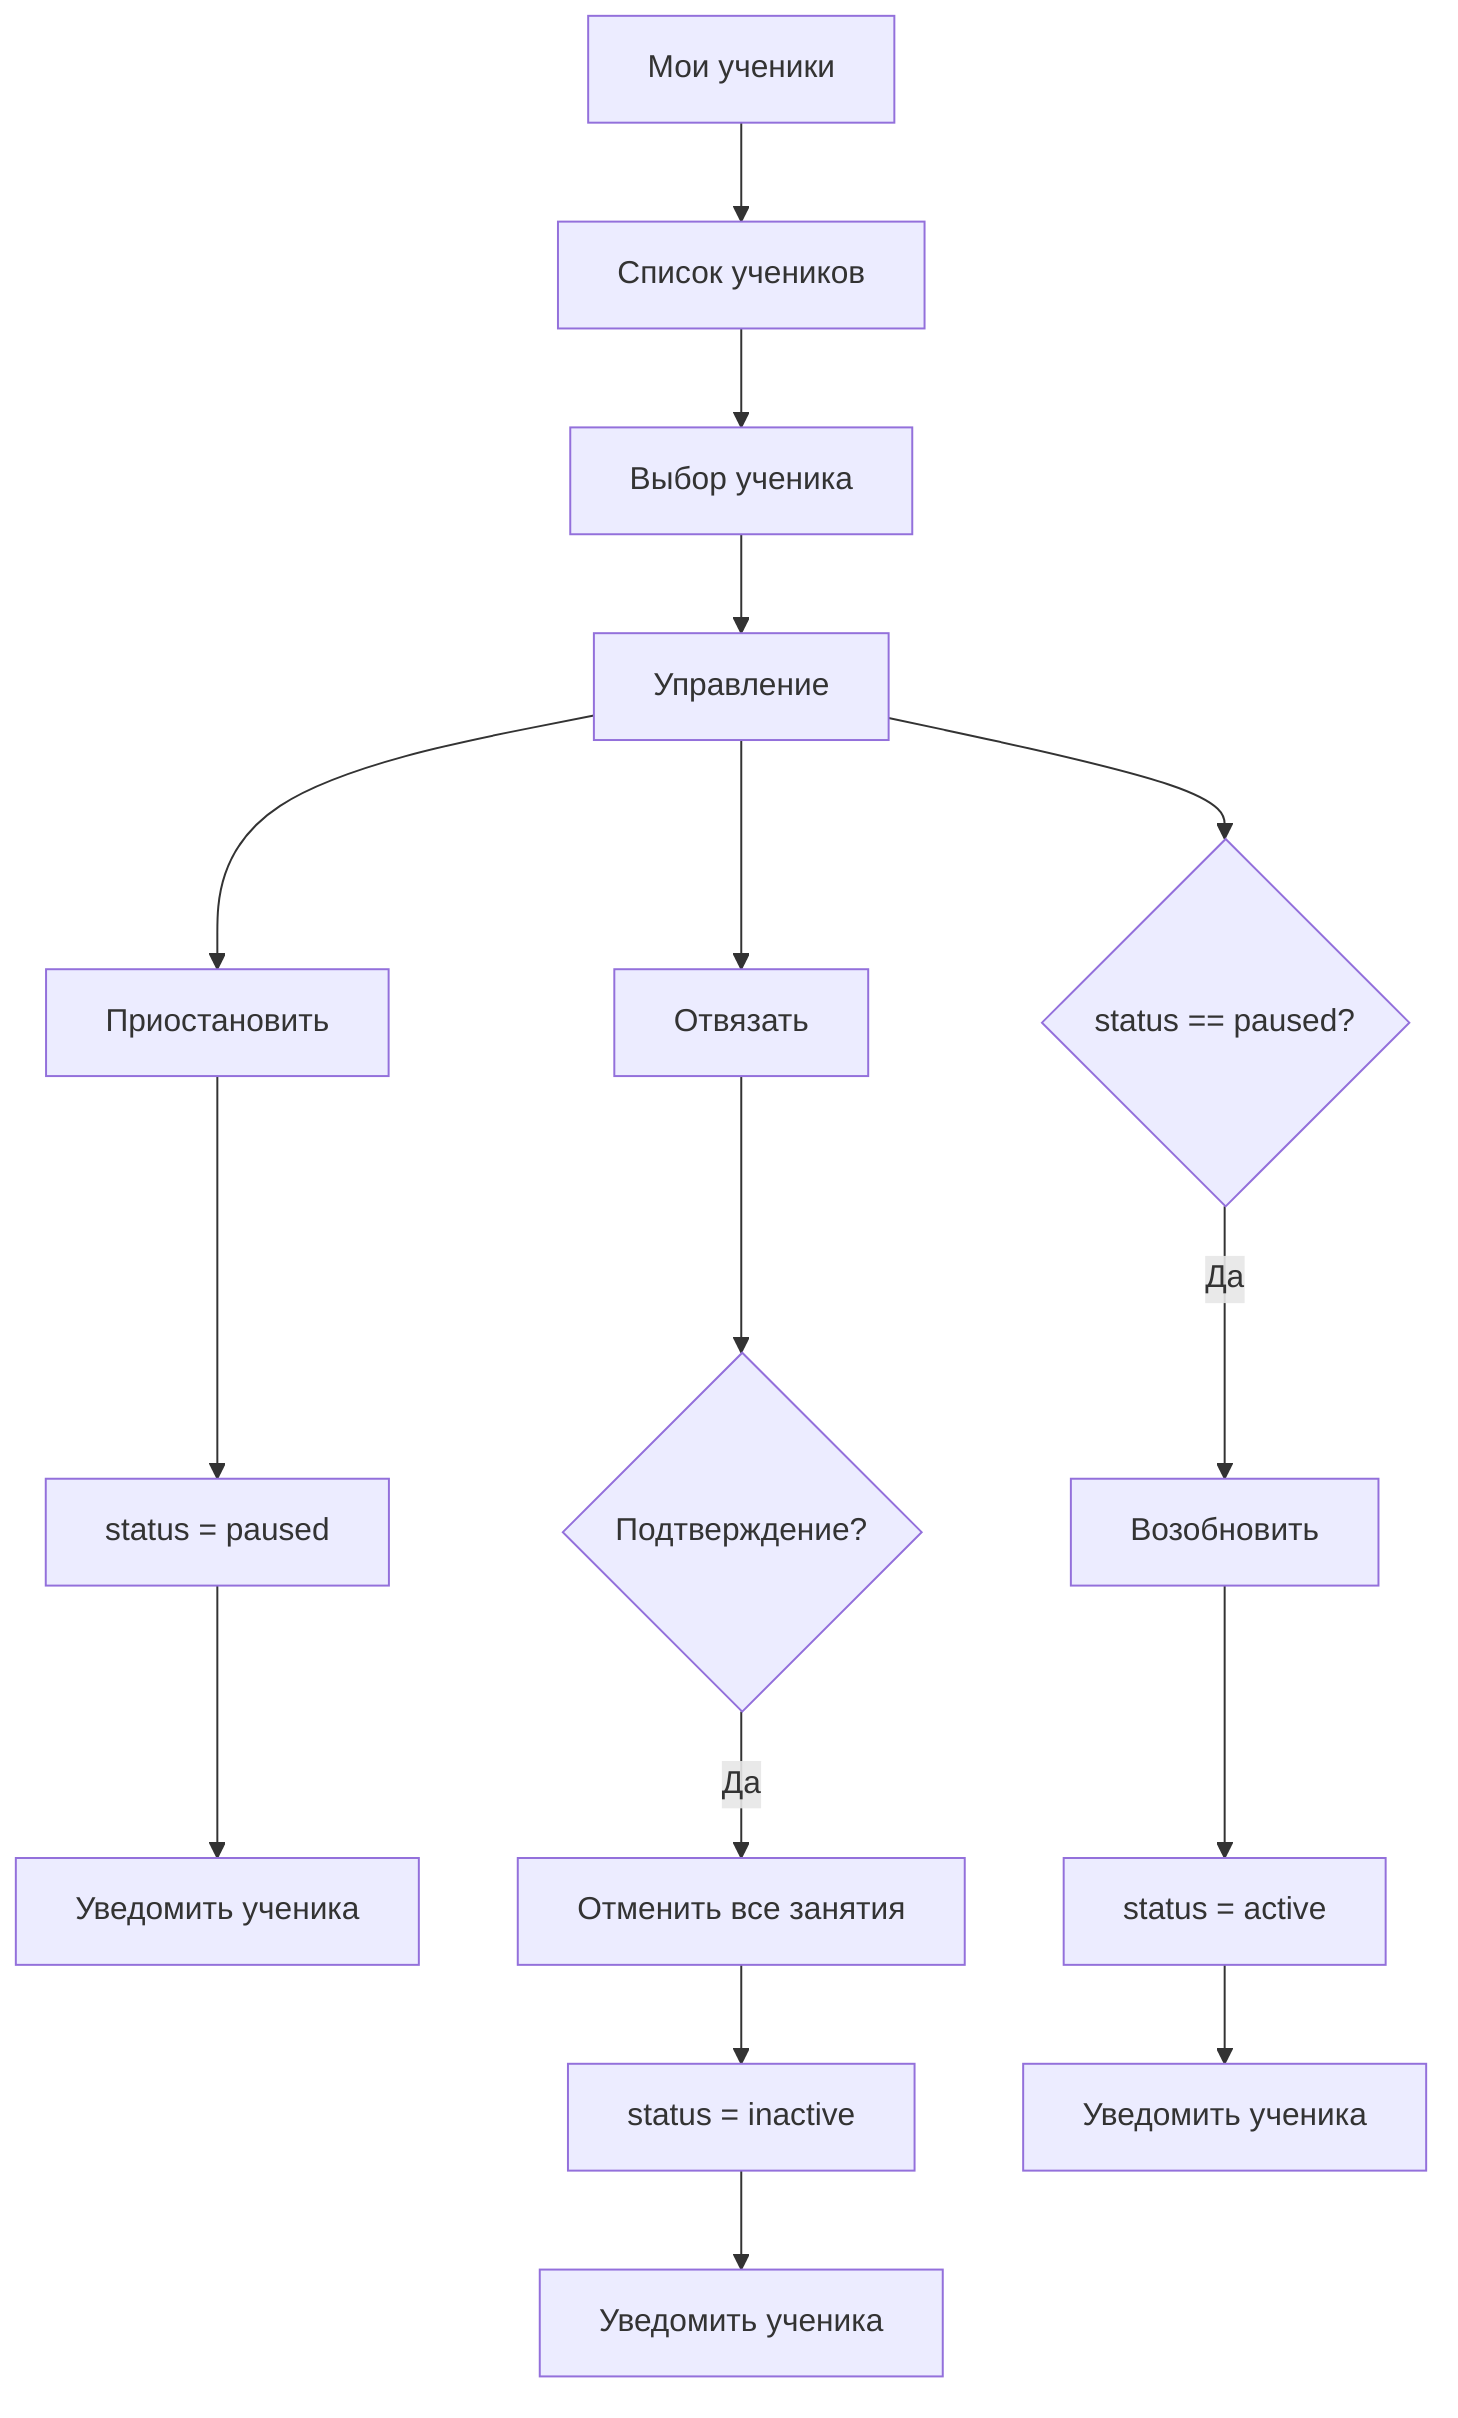
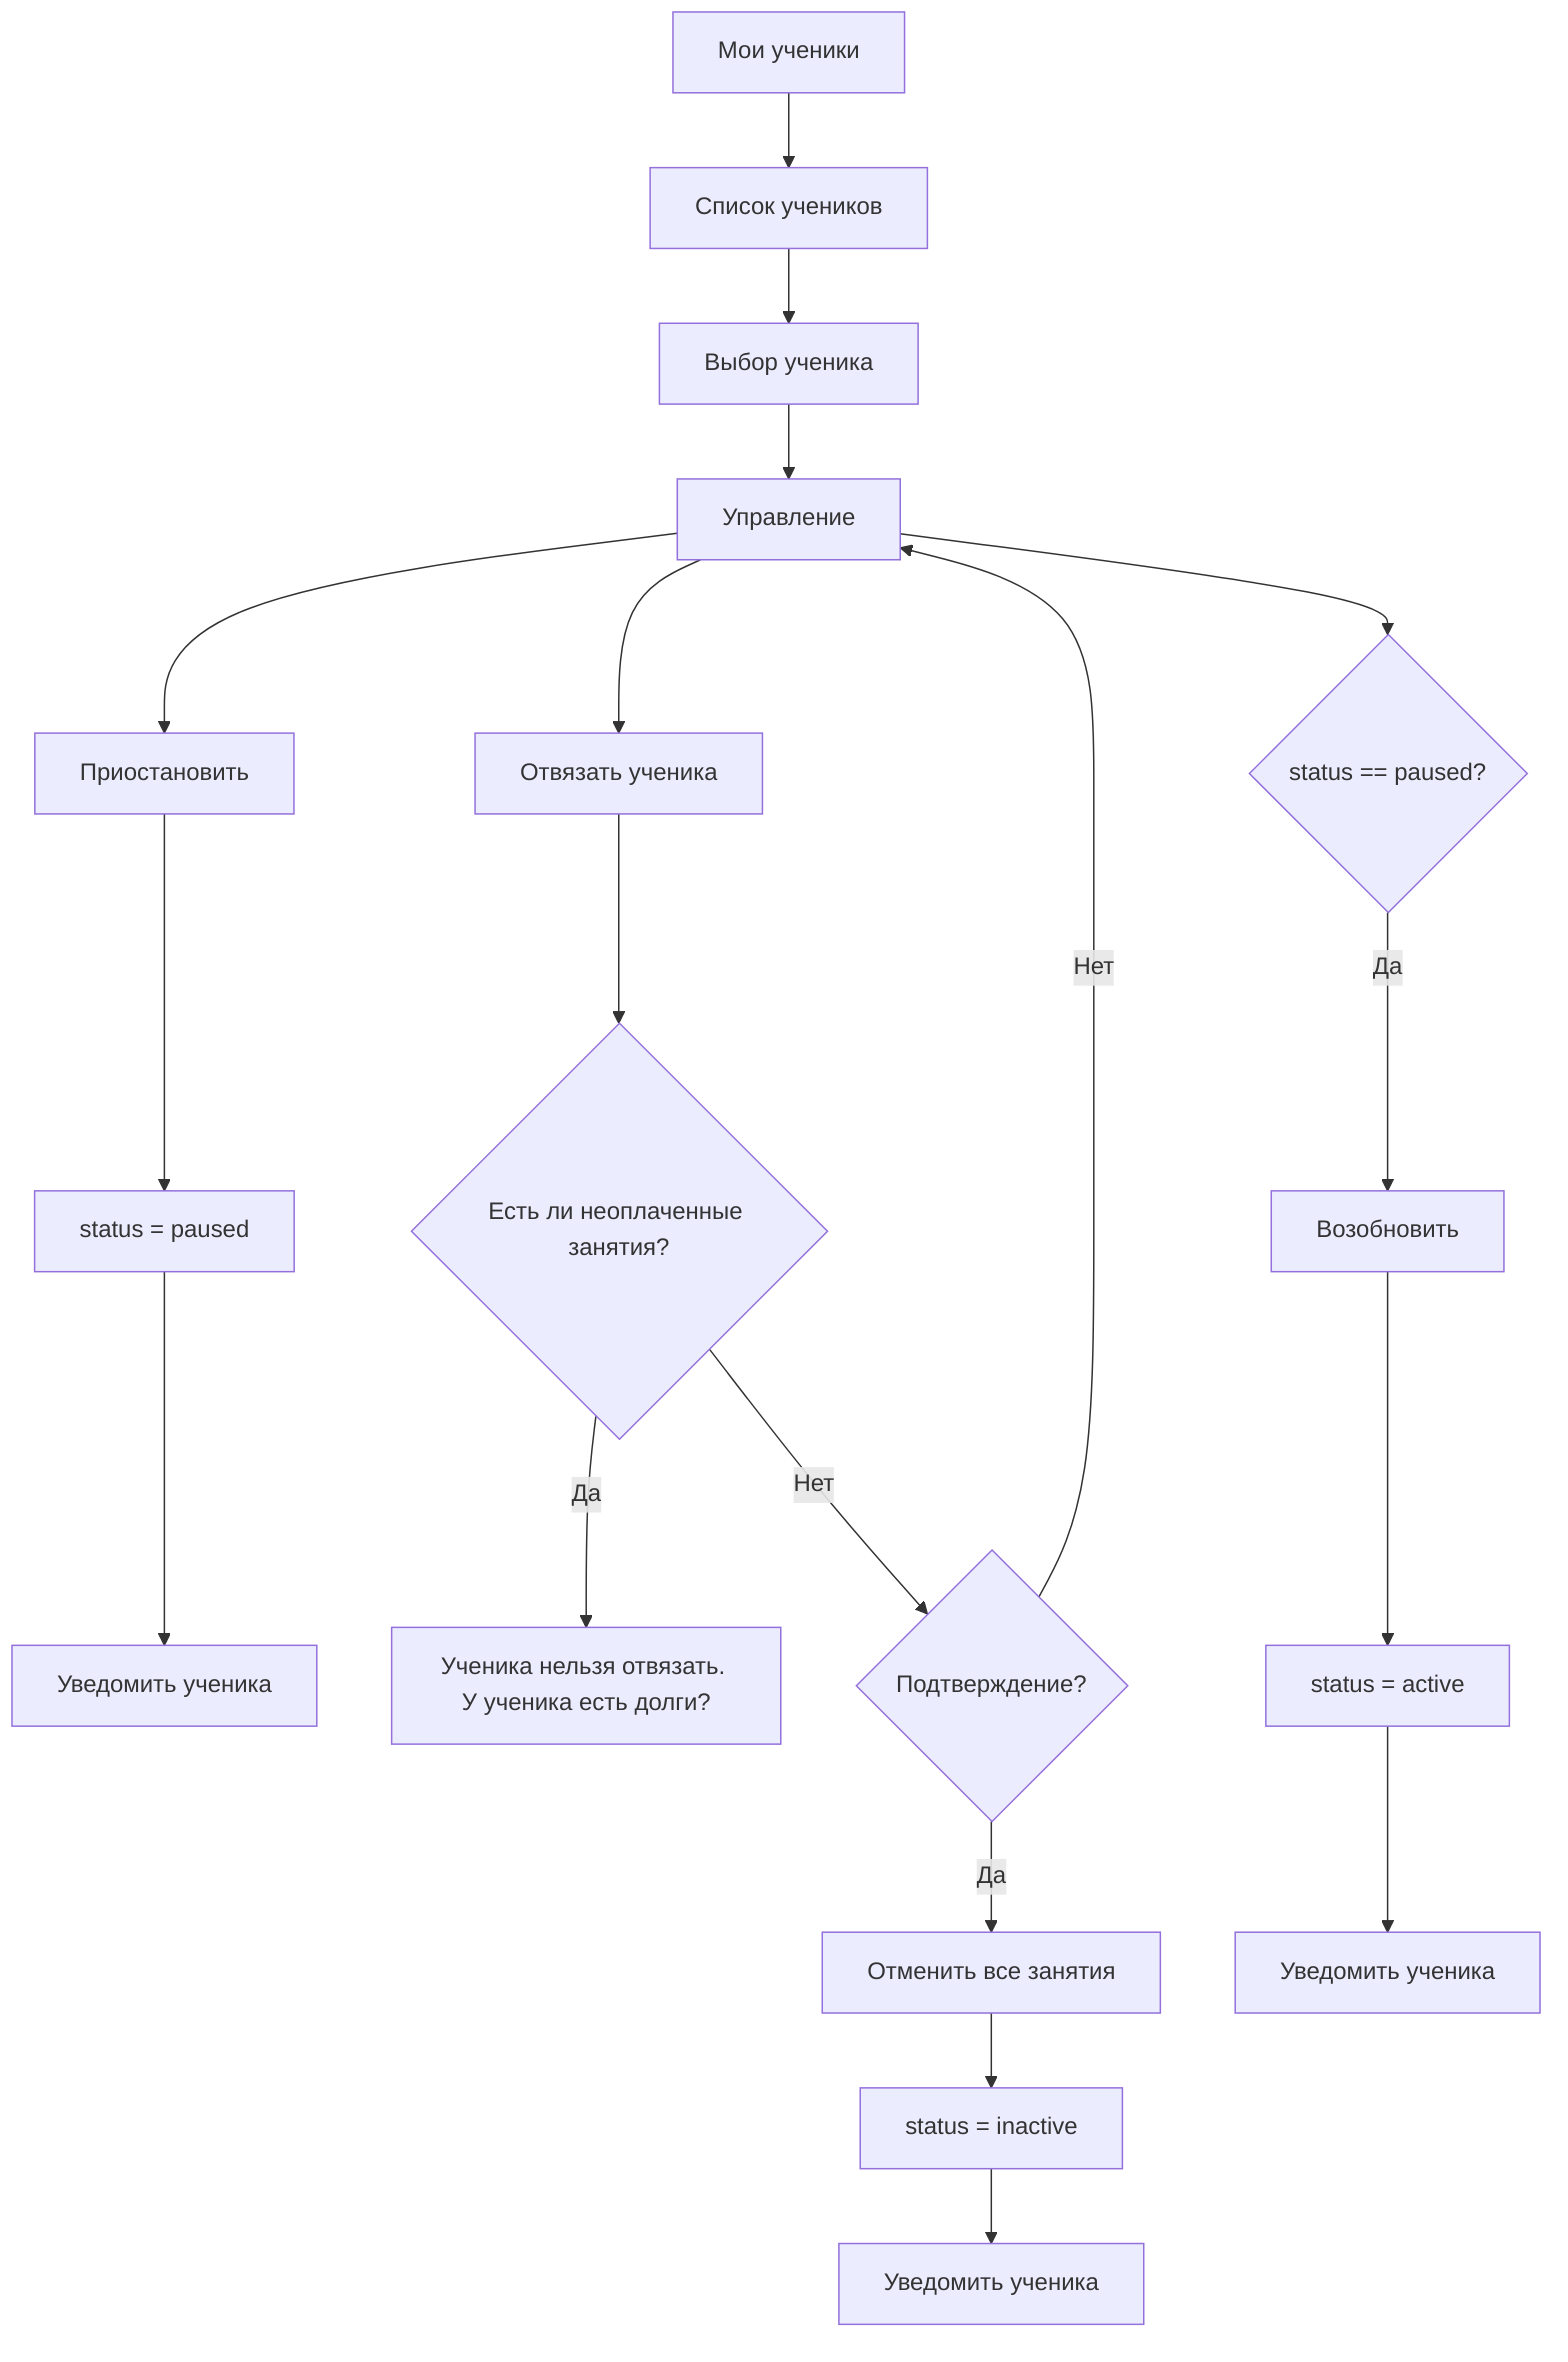
graph TD
    F1[Мои ученики] --> F1a[Список учеников]
    F1a --> F1b[Выбор ученика]
    F1b --> F1c[Управление]

    F1c --> F1c1[Приостановить]
    F1c1 --> F1c1a[status = paused]
    F1c1a --> F1c1b[Уведомить ученика]

    F1c --> F1c2[Отвязать]
-     F1c2 --> F1c2a{Подтверждение?}
+     F1c2[Отвязать ученика] --> F1c2_check{Есть ли неоплаченные занятия?}
+     F1c2_check -- Да --> F1c2_warn[Ученика нельзя отвязать. У ученика есть долги?]
+     F1c2_check -- Нет --> F1c2a{Подтверждение?}
    F1c2a -- Да --> F1c2b[Отменить все занятия]
    F1c2b --> F1c2c[status = inactive]
    F1c2c --> F1c2d[Уведомить ученика]
+     F1c2a -- Нет --> F1c

    F1c --> F1c3{status == paused?}
    F1c3 -- Да --> F1c4[Возобновить]
    F1c4 --> F1c5[status = active]
    F1c5 --> F1c6[Уведомить ученика]